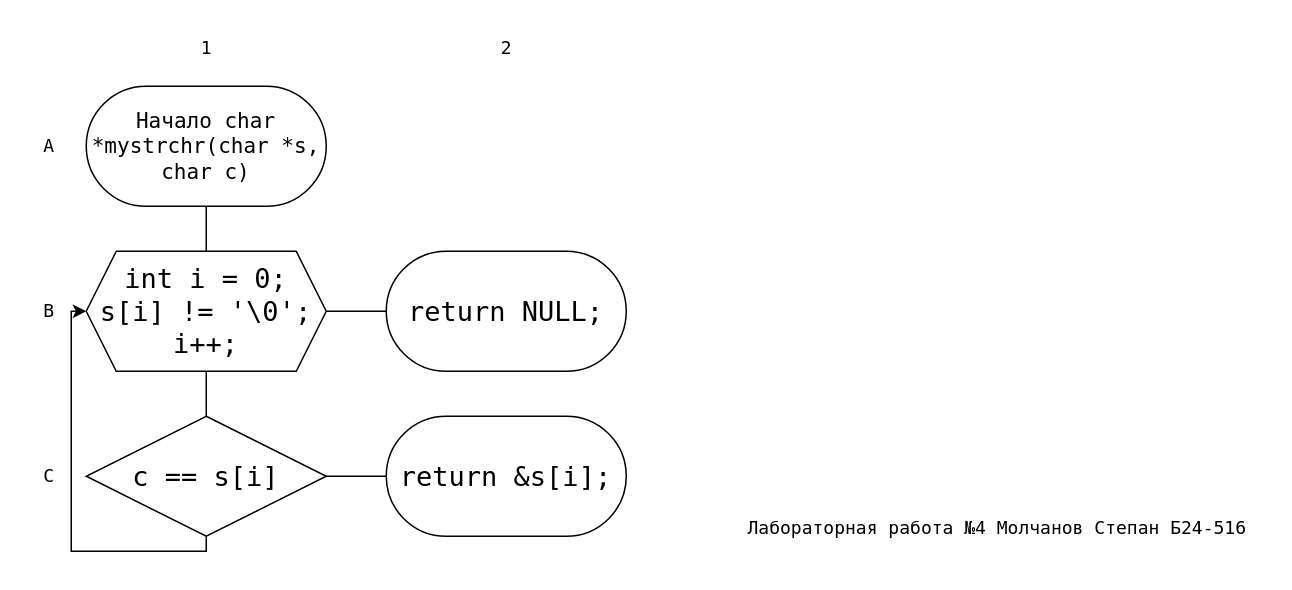
molchanov71/MEPhIflowcharts keeps this draw.io diagram as page "mystrchr" (8 of 9) of lab4/flowchart.drawio. Above is the earlier version. Source tidied: cells renumbered, new cells numbered last; positions are measured from the earlier drawing's top-left corner, leaving out a move shared by most shapes. Both pictures are drawn from the tidied source at 150%, with x=0, y=0 at pixel (26, 26).
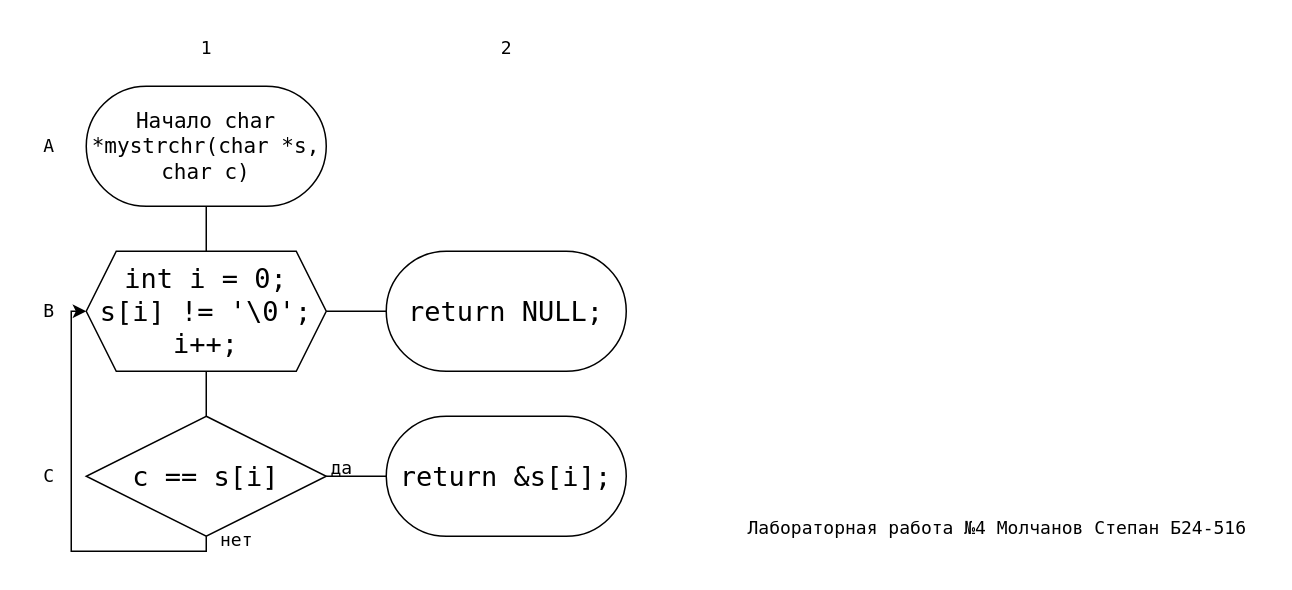
After the change.

Change to the diagram source:
```diff
@@
+    <mxCell id="18" value="да" style="text;html=1;align=center;verticalAlign=middle;strokeColor=none;fillColor=none;fontFamily=Lucida Console;" parent="1" vertex="1">
+      <mxGeometry x="190" y="280" width="40" height="30" as="geometry" />
+    </mxCell>
+    <mxCell id="19" value="&lt;font face=&quot;Lucida Console&quot;&gt;нет&lt;/font&gt;" style="text;html=1;align=center;verticalAlign=middle;strokeColor=none;fillColor=none;" parent="1" vertex="1">
+      <mxGeometry x="115" y="328" width="50" height="30" as="geometry" />
+    </mxCell>
```
